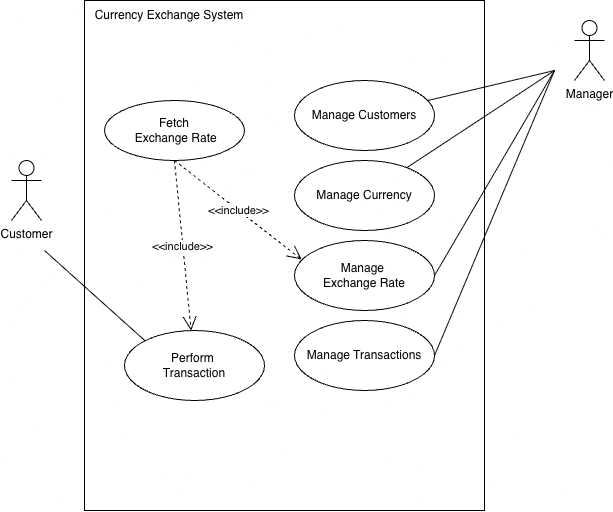
This is activities/MSE800-Week4-Activity1/currency-exchange-system-usecase-diagram.png from nickjones39/MSE800, a draw.io export, as it was before one commit. Source tidied: cells renumbered, new cells last; positions are measured from the earlier drawing's top-left corner, leaving out a move shared by most shapes.
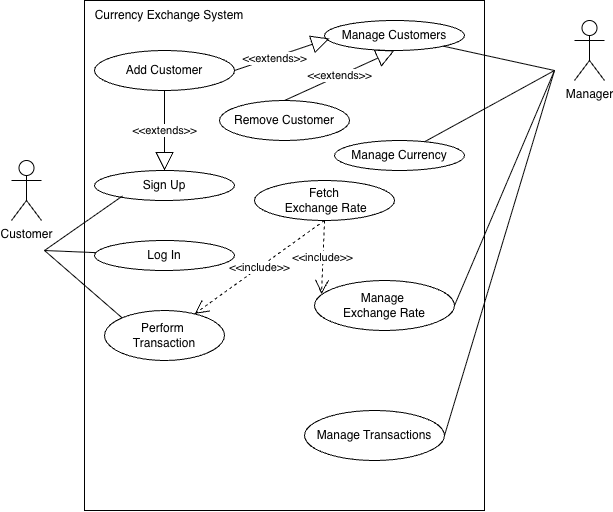
The same diagram one commit later.

Commit message:
Update use case diagram

Change to the diagram source:
```diff
@@ -9,19 +9,19 @@
       <mxGeometry x="73" width="400" height="510" as="geometry" />
     </mxCell>
     <mxCell id="4" value="Perform&amp;nbsp;&lt;div&gt;Transaction&lt;/div&gt;" style="ellipse;whiteSpace=wrap;html=1;" parent="1" vertex="1">
-      <mxGeometry x="113" y="330" width="140" height="70" as="geometry" />
+      <mxGeometry x="93" y="310" width="120" height="50" as="geometry" />
     </mxCell>
     <mxCell id="5" value="Manage C&lt;span style=&quot;background-color: transparent; color: light-dark(rgb(0, 0, 0), rgb(255, 255, 255));&quot;&gt;urrency&lt;/span&gt;" style="ellipse;whiteSpace=wrap;html=1;" parent="1" vertex="1">
-      <mxGeometry x="283" y="160" width="140" height="70" as="geometry" />
+      <mxGeometry x="323" y="140" width="130" height="30" as="geometry" />
     </mxCell>
     <mxCell id="6" value="Manage&amp;nbsp;&lt;div&gt;Exchange Rate&lt;/div&gt;" style="ellipse;whiteSpace=wrap;html=1;" parent="1" vertex="1">
-      <mxGeometry x="283" y="240" width="140" height="70" as="geometry" />
+      <mxGeometry x="303" y="280" width="140" height="50" as="geometry" />
     </mxCell>
     <mxCell id="7" value="Manager" style="shape=umlActor;verticalLabelPosition=bottom;verticalAlign=top;html=1;" parent="1" vertex="1">
       <mxGeometry x="563" y="20" width="30" height="60" as="geometry" />
     </mxCell>
     <mxCell id="8" value="Manage Customers" style="ellipse;whiteSpace=wrap;html=1;" parent="1" vertex="1">
-      <mxGeometry x="283" y="80" width="140" height="70" as="geometry" />
+      <mxGeometry x="313" y="20" width="140" height="30" as="geometry" />
     </mxCell>
     <mxCell id="9" style="endArrow=none;html=1;rounded=0;" parent="1" edge="1" source="8">
       <mxGeometry relative="1" as="geometry">
@@ -44,7 +44,7 @@
       </mxGeometry>
     </mxCell>
     <mxCell id="13" value="Manage Transactions" style="ellipse;whiteSpace=wrap;html=1;" parent="1" vertex="1">
-      <mxGeometry x="283" y="320" width="140" height="70" as="geometry" />
+      <mxGeometry x="293" y="410" width="140" height="50" as="geometry" />
     </mxCell>
     <mxCell id="14" style="endArrow=none;html=1;rounded=0;exitX=1;exitY=0.5;exitDx=0;exitDy=0;" parent="1" edge="1" source="13">
       <mxGeometry relative="1" as="geometry">
@@ -55,7 +55,7 @@
       <mxGeometry x="73" width="170" height="30" as="geometry" />
     </mxCell>
     <mxCell id="16" value="Fetch&lt;div&gt;&amp;nbsp;Exchange Rate&lt;/div&gt;" style="ellipse;whiteSpace=wrap;html=1;" parent="1" vertex="1">
-      <mxGeometry x="93" y="100" width="140" height="60" as="geometry" />
+      <mxGeometry x="243" y="180" width="140" height="40" as="geometry" />
     </mxCell>
     <mxCell id="17" value="&amp;lt;&amp;lt;include&amp;gt;&amp;gt;" style="endArrow=open;endSize=12;dashed=1;html=1;rounded=0;entryX=0.05;entryY=0.271;entryDx=0;entryDy=0;entryPerimeter=0;exitX=0.5;exitY=1;exitDx=0;exitDy=0;" parent="1" edge="1" source="16" target="6">
       <mxGeometry x="0.01" relative="1" as="geometry" />
@@ -63,5 +63,40 @@
     <mxCell id="18" value="&amp;lt;&amp;lt;include&amp;gt;&amp;gt;" style="endArrow=open;endSize=12;dashed=1;html=1;rounded=0;exitX=0.5;exitY=1;exitDx=0;exitDy=0;" parent="1" edge="1" source="16" target="4">
       <mxGeometry x="0.01" relative="1" as="geometry" />
     </mxCell>
+    <mxCell id="19" value="Add Customer" style="ellipse;whiteSpace=wrap;html=1;" parent="1" vertex="1">
+      <mxGeometry x="83" y="50" width="140" height="40" as="geometry" />
+    </mxCell>
+    <mxCell id="20" value="Sign Up" style="ellipse;whiteSpace=wrap;html=1;" parent="1" vertex="1">
+      <mxGeometry x="83" y="170" width="140" height="30" as="geometry" />
+    </mxCell>
+    <mxCell id="21" style="endArrow=none;html=1;rounded=0;entryX=0.2;entryY=0.85;entryDx=0;entryDy=0;entryPerimeter=0;" parent="1" edge="1" target="20">
+      <mxGeometry relative="1" as="geometry">
+        <mxPoint x="33" y="250" as="sourcePoint" />
+      </mxGeometry>
+    </mxCell>
+    <mxCell id="22" value="Log In" style="ellipse;whiteSpace=wrap;html=1;" parent="1" vertex="1">
+      <mxGeometry x="83" y="240" width="140" height="30" as="geometry" />
+    </mxCell>
+    <mxCell id="23" style="endArrow=none;html=1;rounded=0;" parent="1" edge="1" target="22">
+      <mxGeometry relative="1" as="geometry">
+        <mxPoint x="33" y="250" as="sourcePoint" />
+      </mxGeometry>
+    </mxCell>
+    <mxCell id="24" value="&amp;lt;&amp;lt;extends&amp;gt;&amp;gt;" style="endArrow=block;endSize=16;endFill=0;html=1;rounded=0;exitX=0.5;exitY=1;exitDx=0;exitDy=0;" parent="1" edge="1" source="19" target="20">
+      <mxGeometry relative="1" as="geometry" />
+    </mxCell>
+    <mxCell id="25" value="&amp;lt;&amp;lt;extends&amp;gt;&amp;gt;" style="endArrow=block;endSize=16;endFill=0;html=1;rounded=0;entryX=0.036;entryY=0.6;entryDx=0;entryDy=0;entryPerimeter=0;" parent="1" edge="1" target="8">
+      <mxGeometry x="-0.16" y="-1" relative="1" as="geometry">
+        <mxPoint x="223" y="70" as="sourcePoint" />
+      </mxGeometry>
+    </mxCell>
+    <mxCell id="26" value="Remove Customer" style="ellipse;whiteSpace=wrap;html=1;" parent="1" vertex="1">
+      <mxGeometry x="208" y="100" width="130" height="40" as="geometry" />
+    </mxCell>
+    <mxCell id="27" value="&amp;lt;&amp;lt;extends&amp;gt;&amp;gt;" style="endArrow=block;endSize=16;endFill=0;html=1;rounded=0;entryX=0.5;entryY=1;entryDx=0;entryDy=0;" parent="1" edge="1" target="8">
+      <mxGeometry relative="1" as="geometry">
+        <mxPoint x="273" y="100" as="sourcePoint" />
+      </mxGeometry>
+    </mxCell>
   </root>
 </mxGraphModel>
```
